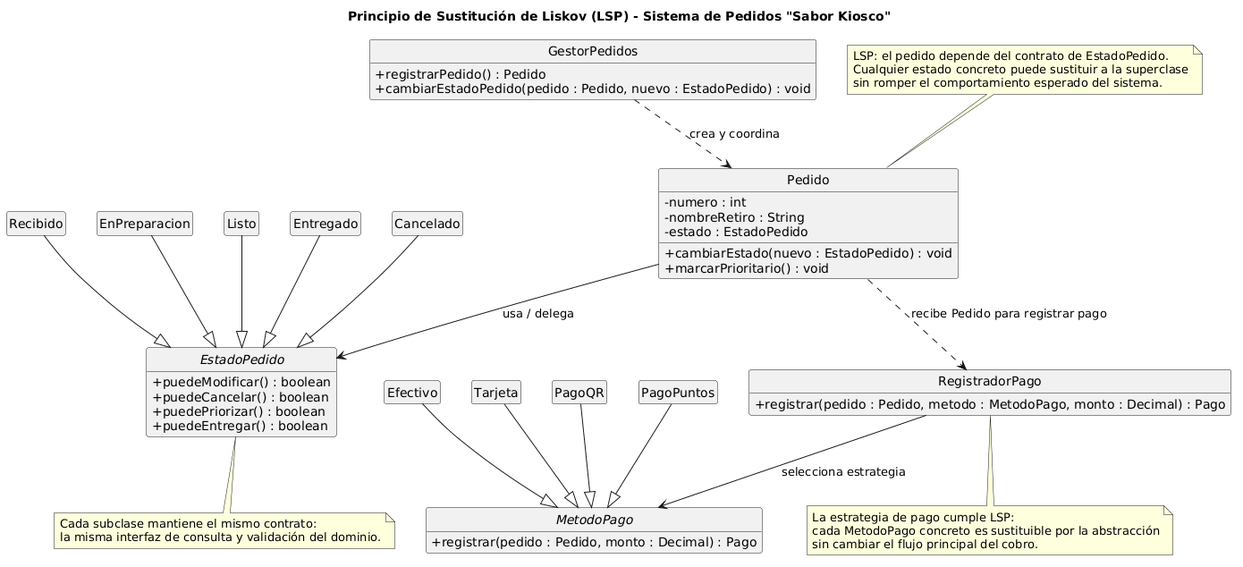
Earlier version of the PlantUML export diagramas/01-diagrama-clases/01-solid-03-lsp.png (lucasmengarelli3/SistemaPedidos).
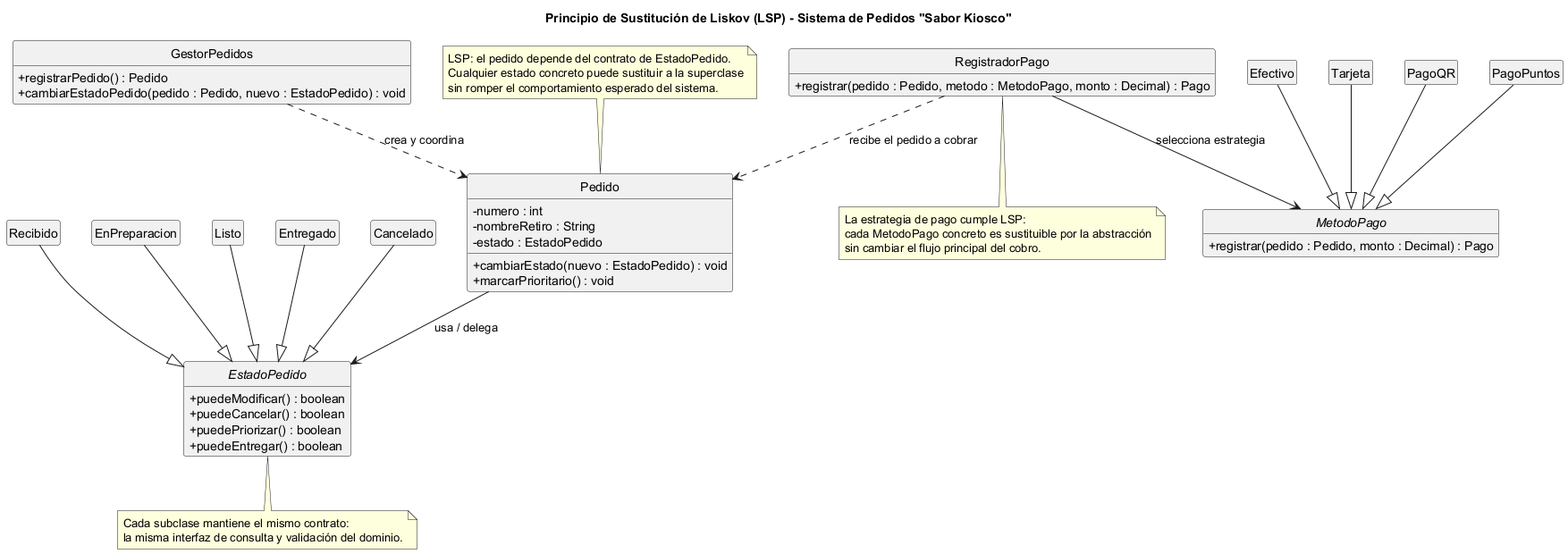
The same file after the commit.

Diff of the diagram source:
```diff
@@ -57,7 +57,7 @@
 PagoPuntos --|> MetodoPago
 
 Pedido --> EstadoPedido : usa / delega
-Pedido ..> RegistradorPago : recibe Pedido para registrar pago
+RegistradorPago ..> Pedido : recibe el pedido a cobrar
 RegistradorPago --> MetodoPago : selecciona estrategia
 GestorPedidos ..> Pedido : crea y coordina
 
@@ -77,4 +77,5 @@
   cada MetodoPago concreto es sustituible por la abstracción
   sin cambiar el flujo principal del cobro.
 end note
+
 @enduml
```
